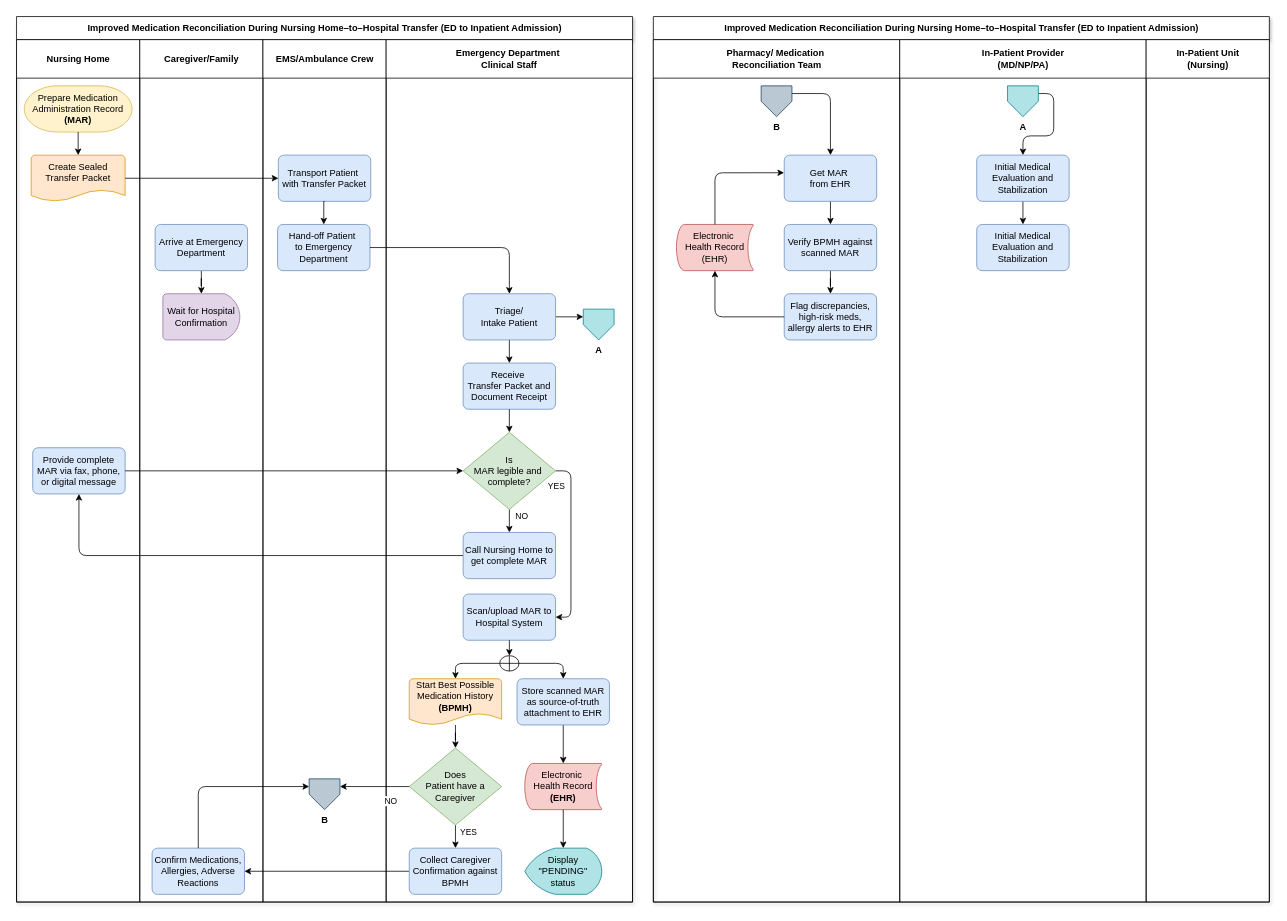
Earlier version of the draw.io diagram Improved Process Chart.drawio (melmirasol/Case-Problem-6.2). Source tidied: cells renumbered, new cells numbered last; positions are measured from the earlier drawing's top-left corner, leaving out a move shared by most shapes. Both pictures are drawn from the tidied source at 77%, with x=0, y=0 at pixel (16, 16).
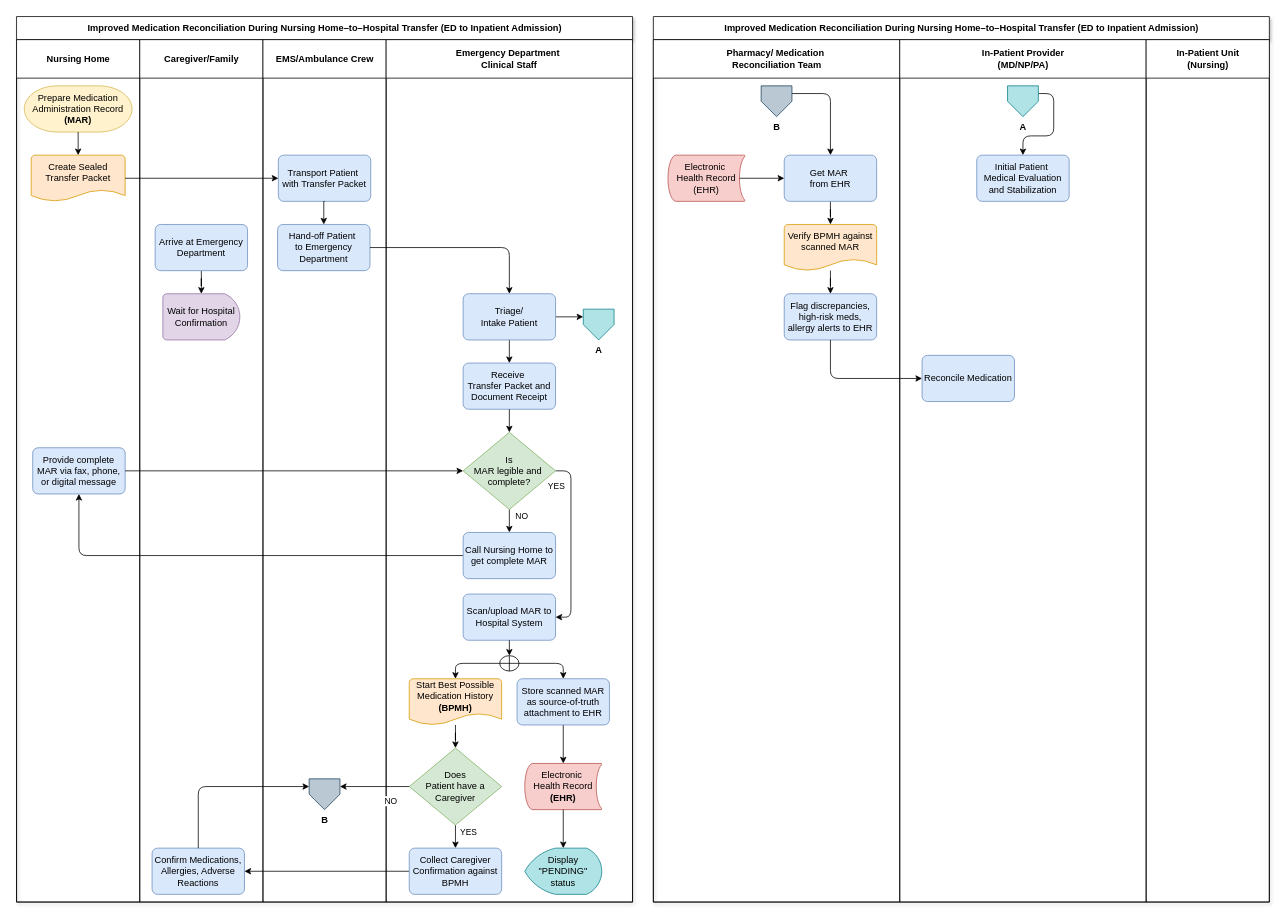
After the change.

The change refers to these unchanged cells:
```xml
<mxCell id="56" value="Improved Medication Reconciliation During Nursing Home–to–Hospital Transfer (ED to Inpatient Admission)" style="swimlane;startSize=30;html=1;shadow=1;" parent="1" vertex="1">
  <mxGeometry x="827" width="800" height="1150" as="geometry" />
</mxCell>
<mxCell id="57" value="Pharmacy/&amp;nbsp;&lt;span style=&quot;background-color: transparent; color: light-dark(rgb(0, 0, 0), rgb(255, 255, 255));&quot;&gt;Medication&amp;nbsp;&lt;/span&gt;&lt;div&gt;&lt;span style=&quot;background-color: transparent; color: light-dark(rgb(0, 0, 0), rgb(255, 255, 255));&quot;&gt;Reconciliation Team&lt;/span&gt;&lt;/div&gt;" style="swimlane;startSize=50;html=1;" parent="56" vertex="1">
  <mxGeometry y="30" width="320" height="1120" as="geometry" />
</mxCell>
<mxCell id="63" value="Get MAR&amp;nbsp;&lt;div&gt;f&lt;span style=&quot;background-color: transparent; color: light-dark(rgb(0, 0, 0), rgb(255, 255, 255));&quot;&gt;rom EHR&lt;/span&gt;&lt;/div&gt;" style="rounded=1;whiteSpace=wrap;html=1;absoluteArcSize=1;arcSize=14;strokeWidth=1;fillColor=#dae8fc;strokeColor=#6c8ebf;" parent="57" vertex="1">
  <mxGeometry x="170" y="150" width="120" height="60" as="geometry" />
</mxCell>
<mxCell id="70" value="In-Patient Provider&lt;div&gt;(MD/NP/PA)&lt;/div&gt;" style="swimlane;startSize=50;html=1;" parent="56" vertex="1">
  <mxGeometry x="320" y="30" width="320" height="1120" as="geometry" />
</mxCell>
```

Change to the diagram source:
```diff
@@
-    <mxCell id="62" style="edgeStyle=orthogonalEdgeStyle;rounded=0;jettySize=auto;html=1;exitX=0.5;exitY=1;exitDx=0;exitDy=0;entryX=0.5;entryY=0;entryDx=0;entryDy=0;" parent="57" edge="1" source="63" target="66">
+    <mxCell id="62" style="edgeStyle=orthogonalEdgeStyle;rounded=0;jettySize=auto;html=1;exitX=0.5;exitY=1;exitDx=0;exitDy=0;" parent="57" edge="1" source="63" target="66">
       <mxGeometry relative="1" as="geometry" />
     </mxCell>
@@
     <mxCell id="64" value="Electronic&amp;nbsp;&lt;div&gt;Health Record&lt;/div&gt;&lt;div&gt;(EHR)&lt;/div&gt;" style="strokeWidth=1;html=1;shape=mxgraph.flowchart.stored_data;whiteSpace=wrap;fillColor=#f8cecc;strokeColor=#b85450;" parent="57" vertex="1">
-      <mxGeometry x="30" y="240" width="100" height="60" as="geometry" />
+      <mxGeometry x="19" y="150" width="100" height="60" as="geometry" />
     </mxCell>
-    <mxCell id="65" style="edgeStyle=orthogonalEdgeStyle;rounded=0;jettySize=auto;html=1;exitX=0.5;exitY=1;exitDx=0;exitDy=0;" parent="57" edge="1" source="66" target="67">
+    <mxCell id="65" style="edgeStyle=orthogonalEdgeStyle;rounded=0;jettySize=auto;html=1;" parent="57" edge="1" source="66" target="67">
       <mxGeometry relative="1" as="geometry" />
     </mxCell>
+    <mxCell id="67" value="Flag discrepancies, high-risk meds, allergy alerts to EHR" style="rounded=1;whiteSpace=wrap;html=1;absoluteArcSize=1;arcSize=14;strokeWidth=1;fillColor=#dae8fc;strokeColor=#6c8ebf;" parent="57" vertex="1">
+      <mxGeometry x="170" y="330" width="120" height="60" as="geometry" />
+    </mxCell>
+    <mxCell id="69" style="edgeStyle=orthogonalEdgeStyle;rounded=1;jettySize=auto;html=1;exitX=0.93;exitY=0.5;exitDx=0;exitDy=0;exitPerimeter=0;entryX=0;entryY=0.5;entryDx=0;entryDy=0;curved=0;" parent="57" edge="1" source="64" target="63">
+      <mxGeometry relative="1" as="geometry" />
+    </mxCell>
-    <mxCell id="66" value="Verify BPMH&amp;nbsp;&lt;span style=&quot;background-color: transparent; color: light-dark(rgb(0, 0, 0), rgb(255, 255, 255));&quot;&gt;against scanned&amp;nbsp;&lt;/span&gt;&lt;span style=&quot;background-color: transparent; color: light-dark(rgb(0, 0, 0), rgb(255, 255, 255));&quot;&gt;MAR&lt;/span&gt;" style="rounded=1;whiteSpace=wrap;html=1;absoluteArcSize=1;arcSize=14;strokeWidth=1;fillColor=#dae8fc;strokeColor=#6c8ebf;" parent="57" vertex="1">
+    <mxCell id="66" value="&lt;div&gt;Verify BPMH&amp;nbsp;&lt;span style=&quot;color: light-dark(rgb(0, 0, 0), rgb(255, 255, 255)); background-color: transparent;&quot;&gt;against scanned&amp;nbsp;&lt;/span&gt;&lt;span style=&quot;color: light-dark(rgb(0, 0, 0), rgb(255, 255, 255)); background-color: transparent;&quot;&gt;MAR&lt;/span&gt;&lt;b&gt;&lt;/b&gt;&lt;/div&gt;&lt;div&gt;&lt;span style=&quot;color: light-dark(rgb(0, 0, 0), rgb(255, 255, 255)); background-color: transparent;&quot;&gt;&lt;br&gt;&lt;/span&gt;&lt;/div&gt;" style="strokeWidth=1;html=1;shape=mxgraph.flowchart.document2;whiteSpace=wrap;size=0.25;fillColor=#ffe6cc;strokeColor=#d79b00;" parent="57" vertex="1">
       <mxGeometry x="170" y="240" width="120" height="60" as="geometry" />
     </mxCell>
-    <mxCell id="67" value="Flag discrepancies, high-risk meds, allergy alerts to EHR" style="rounded=1;whiteSpace=wrap;html=1;absoluteArcSize=1;arcSize=14;strokeWidth=1;fillColor=#dae8fc;strokeColor=#6c8ebf;" parent="57" vertex="1">
-      <mxGeometry x="170" y="330" width="120" height="60" as="geometry" />
-    </mxCell>
-    <mxCell id="68" style="edgeStyle=orthogonalEdgeStyle;rounded=1;jettySize=auto;html=1;exitX=0;exitY=0.5;exitDx=0;exitDy=0;entryX=0.5;entryY=1;entryDx=0;entryDy=0;entryPerimeter=0;curved=0;" parent="57" edge="1" source="67" target="64">
-      <mxGeometry relative="1" as="geometry" />
-    </mxCell>
-    <mxCell id="69" style="edgeStyle=orthogonalEdgeStyle;rounded=1;jettySize=auto;html=1;exitX=0.5;exitY=0;exitDx=0;exitDy=0;exitPerimeter=0;entryX=-0.002;entryY=0.381;entryDx=0;entryDy=0;entryPerimeter=0;curved=0;" parent="57" edge="1" source="64" target="63">
-      <mxGeometry relative="1" as="geometry" />
-    </mxCell>
@@
-    <mxCell id="73" style="edgeStyle=orthogonalEdgeStyle;rounded=0;jettySize=auto;html=1;exitX=0.5;exitY=1;exitDx=0;exitDy=0;entryX=0.5;entryY=0;entryDx=0;entryDy=0;" parent="70" edge="1" source="74" target="75">
-      <mxGeometry relative="1" as="geometry" />
-    </mxCell>
-    <mxCell id="74" value="Initial Medical Evaluation and Stabilization" style="rounded=1;whiteSpace=wrap;html=1;absoluteArcSize=1;arcSize=14;strokeWidth=1;fillColor=#dae8fc;strokeColor=#6c8ebf;" parent="70" vertex="1">
+    <mxCell id="74" value="Initial Patient&amp;nbsp;&lt;div&gt;Medical Evaluation and Stabilization&lt;/div&gt;" style="rounded=1;whiteSpace=wrap;html=1;absoluteArcSize=1;arcSize=14;strokeWidth=1;fillColor=#dae8fc;strokeColor=#6c8ebf;" parent="70" vertex="1">
       <mxGeometry x="100" y="150" width="120" height="60" as="geometry" />
     </mxCell>
-    <mxCell id="75" value="Initial Medical Evaluation and Stabilization" style="rounded=1;whiteSpace=wrap;html=1;absoluteArcSize=1;arcSize=14;strokeWidth=1;fillColor=#dae8fc;strokeColor=#6c8ebf;" parent="70" vertex="1">
-      <mxGeometry x="100" y="240" width="120" height="60" as="geometry" />
-    </mxCell>
+    <mxCell id="77" value="Reconcile&amp;nbsp;&lt;span style=&quot;background-color: transparent; color: light-dark(rgb(0, 0, 0), rgb(255, 255, 255));&quot;&gt;Medication&lt;/span&gt;" style="rounded=1;whiteSpace=wrap;html=1;absoluteArcSize=1;arcSize=14;strokeWidth=1;fillColor=#dae8fc;strokeColor=#6c8ebf;" parent="70" vertex="1">
+      <mxGeometry x="29" y="410" width="120" height="60" as="geometry" />
+    </mxCell>
@@
+    <mxCell id="78" style="edgeStyle=orthogonalEdgeStyle;rounded=1;jettySize=auto;html=1;exitX=0.5;exitY=1;exitDx=0;exitDy=0;entryX=0;entryY=0.5;entryDx=0;entryDy=0;curved=0;" parent="56" edge="1" source="67" target="77">
+      <mxGeometry relative="1" as="geometry" />
+    </mxCell>
```
